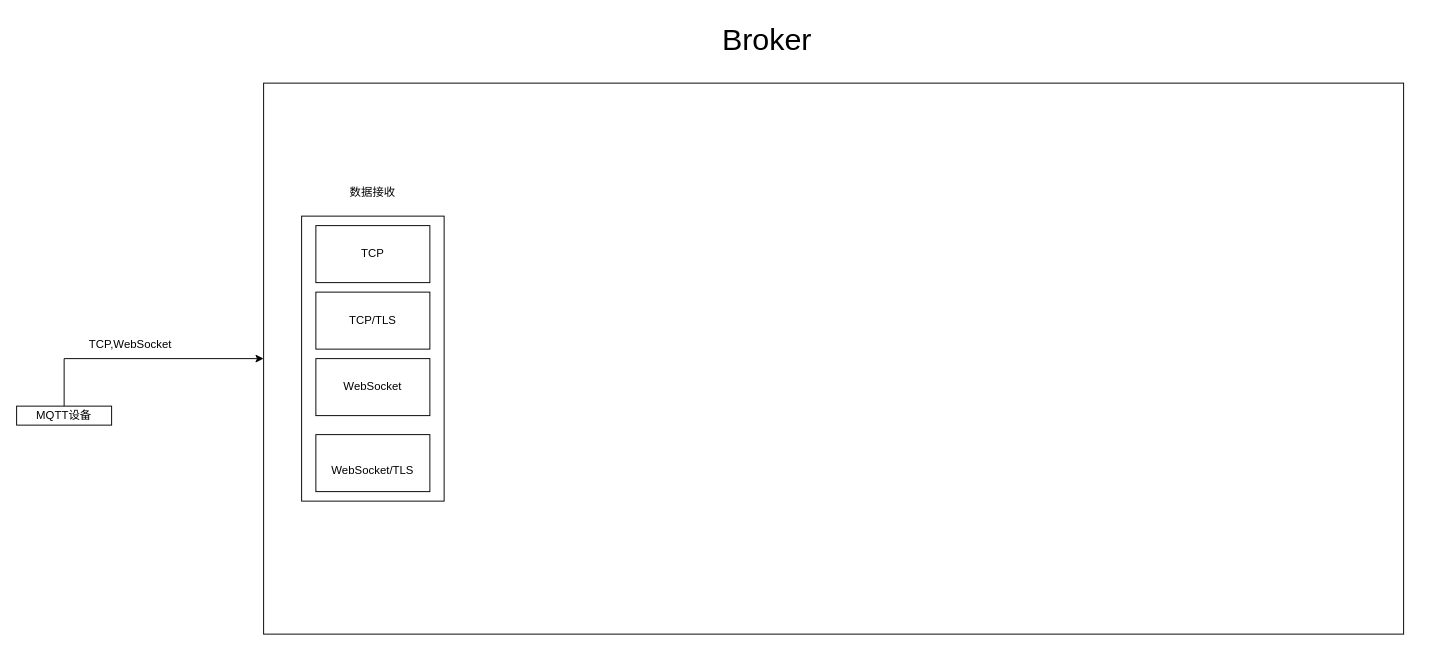
Earlier version of the draw.io diagram draw.io/mqtt.drawio (vxshug/draw). Source tidied: cells renumbered, new cells numbered last; positions are measured from the earlier drawing's top-left corner, leaving out a move shared by most shapes. Both pictures are drawn from the tidied source at 95%, with x=0, y=0 at pixel (16, 16).
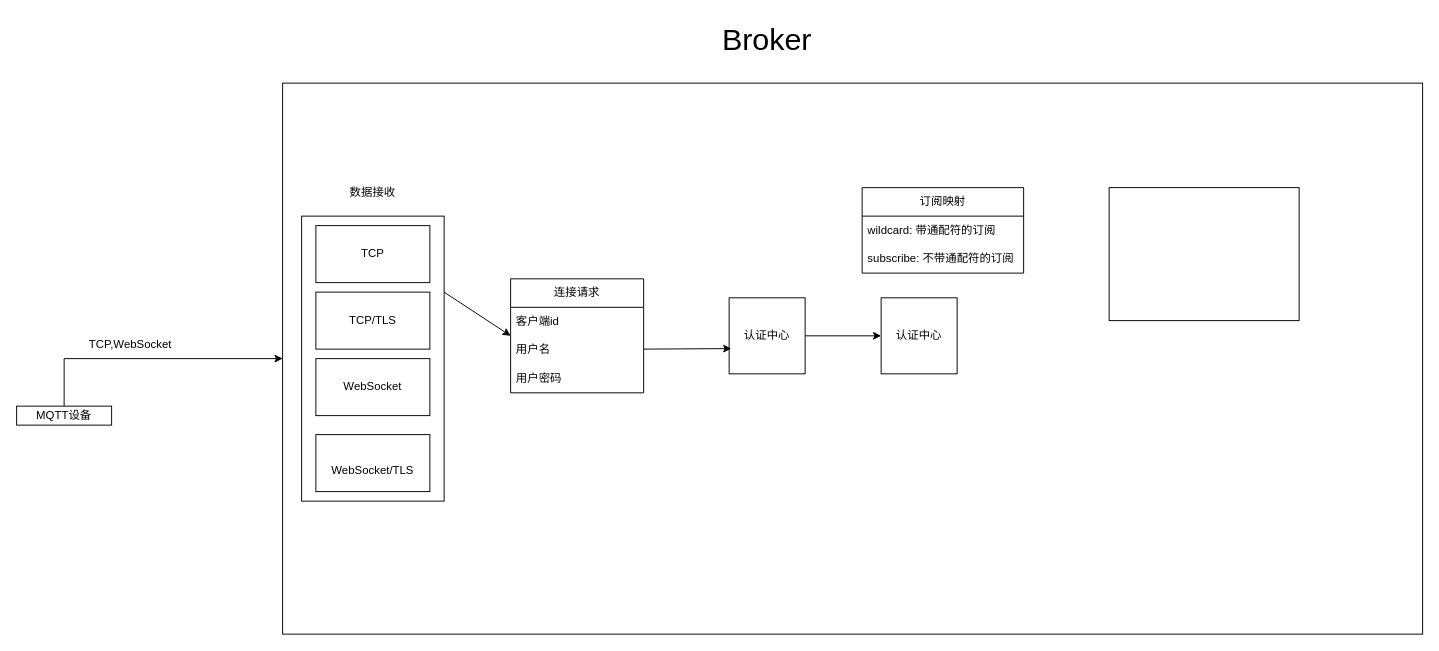
Above is the later version.

The edit, as a diff of the source:
```diff
@@
     <mxCell id="2" style="rounded=0;whiteSpace=wrap;html=1;" parent="1" vertex="1">
-      <mxGeometry x="260" y="70" width="1200" height="580" as="geometry" />
+      <mxGeometry x="280" y="70" width="1200" height="580" as="geometry" />
     </mxCell>
@@
+    <mxCell id="13" value="订阅映射" style="swimlane;fontStyle=0;horizontal=1;startSize=30;whiteSpace=wrap;html=1;" parent="1" vertex="1">
+      <mxGeometry x="890" y="180" width="170" height="90" as="geometry" />
+    </mxCell>
+    <mxCell id="14" value="wildcard: 带通配符的订阅" style="text;strokeColor=none;fillColor=none;align=left;verticalAlign=middle;spacingLeft=4;spacingRight=4;overflow=hidden;whiteSpace=wrap;html=1;" parent="13" vertex="1">
+      <mxGeometry y="30" width="170" height="30" as="geometry" />
+    </mxCell>
+    <mxCell id="15" value="subscribe: 不带通配符的订阅" style="text;strokeColor=none;fillColor=none;align=left;verticalAlign=middle;spacingLeft=4;spacingRight=4;overflow=hidden;whiteSpace=wrap;html=1;" parent="13" vertex="1">
+      <mxGeometry y="60" width="170" height="30" as="geometry" />
+    </mxCell>
+    <mxCell id="16" value="连接请求" style="swimlane;fontStyle=0;horizontal=1;startSize=30;whiteSpace=wrap;html=1;" parent="1" vertex="1">
+      <mxGeometry x="520" y="276" width="140" height="120" as="geometry" />
+    </mxCell>
+    <mxCell id="17" value="客户端id" style="text;strokeColor=none;fillColor=none;align=left;verticalAlign=middle;spacingLeft=4;spacingRight=4;overflow=hidden;whiteSpace=wrap;html=1;" parent="16" vertex="1">
+      <mxGeometry y="30" width="140" height="30" as="geometry" />
+    </mxCell>
+    <mxCell id="18" value="用户名" style="text;strokeColor=none;fillColor=none;align=left;verticalAlign=middle;spacingLeft=4;spacingRight=4;overflow=hidden;whiteSpace=wrap;html=1;" parent="16" vertex="1">
+      <mxGeometry y="60" width="140" height="30" as="geometry" />
+    </mxCell>
+    <mxCell id="19" value="用户密码" style="text;strokeColor=none;fillColor=none;align=left;verticalAlign=middle;spacingLeft=4;spacingRight=4;overflow=hidden;whiteSpace=wrap;html=1;" parent="16" vertex="1">
+      <mxGeometry y="90" width="140" height="30" as="geometry" />
+    </mxCell>
+    <mxCell id="20" style="endArrow=classic;html=1;rounded=0;entryX=0;entryY=0.5;entryDx=0;entryDy=0;" parent="1" edge="1" target="16">
+      <mxGeometry relative="1" as="geometry">
+        <mxPoint x="450" y="290" as="sourcePoint" />
+      </mxGeometry>
+    </mxCell>
+    <mxCell id="21" style="edgeStyle=orthogonalEdgeStyle;rounded=0;jettySize=auto;html=1;" parent="1" edge="1" source="22" target="24">
+      <mxGeometry relative="1" as="geometry" />
+    </mxCell>
+    <mxCell id="22" value="认证中心" style="whiteSpace=wrap;html=1;" parent="1" vertex="1">
+      <mxGeometry x="750" y="296" width="80" height="80" as="geometry" />
+    </mxCell>
+    <mxCell id="23" style="endArrow=classic;html=1;rounded=0;entryX=0.028;entryY=0.668;entryDx=0;entryDy=0;entryPerimeter=0;" parent="1" edge="1" target="22">
+      <mxGeometry relative="1" as="geometry">
+        <mxPoint x="660" y="350" as="sourcePoint" />
+      </mxGeometry>
+    </mxCell>
+    <mxCell id="24" value="认证中心" style="whiteSpace=wrap;html=1;" parent="1" vertex="1">
+      <mxGeometry x="910" y="296" width="80" height="80" as="geometry" />
+    </mxCell>
+    <mxCell id="25" style="rounded=0;whiteSpace=wrap;html=1;" parent="1" vertex="1">
+      <mxGeometry x="1150" y="180" width="200" height="140" as="geometry" />
+    </mxCell>
```
